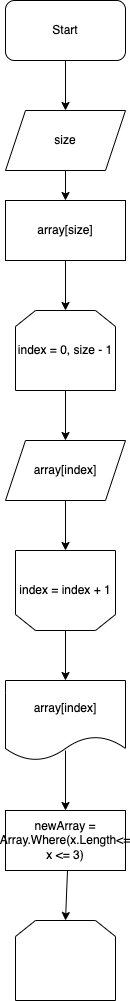
Above: С--/Algoritm.drawio.png in IrenaVlad/FinalTask (draw.io), before the change. Source tidied: cells renumbered, new cells last; positions are measured from the earlier drawing's top-left corner, leaving out a move shared by most shapes. Source of this version:
```xml
<mxGraphModel>
  <root>
    <mxCell id="0" />
    <mxCell id="1" parent="0" />
    <mxCell id="2" value="Start&lt;br&gt;" style="rounded=1;whiteSpace=wrap;html=1;" parent="1" vertex="1">
      <mxGeometry width="120" height="60" as="geometry" />
    </mxCell>
    <mxCell id="3" style="endArrow=classic;html=1;exitX=0.5;exitY=1;exitDx=0;exitDy=0;" parent="1" edge="1" source="2">
      <mxGeometry relative="1" as="geometry">
        <mxPoint x="60" y="110" as="targetPoint" />
      </mxGeometry>
    </mxCell>
    <mxCell id="4" value="size" style="shape=parallelogram;perimeter=parallelogramPerimeter;whiteSpace=wrap;html=1;fixedSize=1;" parent="1" vertex="1">
      <mxGeometry y="110" width="120" height="60" as="geometry" />
    </mxCell>
    <mxCell id="5" style="endArrow=classic;html=1;exitX=0.5;exitY=1;exitDx=0;exitDy=0;" parent="1" edge="1" source="4">
      <mxGeometry relative="1" as="geometry">
        <mxPoint x="60" y="200" as="targetPoint" />
      </mxGeometry>
    </mxCell>
    <mxCell id="6" value="array[size]" style="rounded=0;whiteSpace=wrap;html=1;" parent="1" vertex="1">
      <mxGeometry y="200" width="120" height="60" as="geometry" />
    </mxCell>
    <mxCell id="7" style="endArrow=classic;html=1;exitX=0.5;exitY=1;exitDx=0;exitDy=0;" parent="1" edge="1" source="6">
      <mxGeometry relative="1" as="geometry">
        <mxPoint x="60" y="310" as="targetPoint" />
      </mxGeometry>
    </mxCell>
    <mxCell id="8" value="index = 0, size - 1" style="shape=loopLimit;whiteSpace=wrap;html=1;" parent="1" vertex="1">
      <mxGeometry x="10" y="310" width="100" height="80" as="geometry" />
    </mxCell>
    <mxCell id="9" style="endArrow=classic;html=1;exitX=0.5;exitY=1;exitDx=0;exitDy=0;" parent="1" edge="1" source="8">
      <mxGeometry relative="1" as="geometry">
        <mxPoint x="60" y="440" as="targetPoint" />
      </mxGeometry>
    </mxCell>
    <mxCell id="10" value="array[index]" style="shape=parallelogram;perimeter=parallelogramPerimeter;whiteSpace=wrap;html=1;fixedSize=1;" parent="1" vertex="1">
      <mxGeometry y="440" width="120" height="60" as="geometry" />
    </mxCell>
    <mxCell id="11" style="endArrow=classic;html=1;exitX=0.5;exitY=1;exitDx=0;exitDy=0;" parent="1" edge="1" source="10" target="12">
      <mxGeometry relative="1" as="geometry" />
    </mxCell>
    <mxCell id="12" value="index = index + 1" style="shape=loopLimit;whiteSpace=wrap;html=1;direction=west;" parent="1" vertex="1">
      <mxGeometry x="10" y="550" width="100" height="80" as="geometry" />
    </mxCell>
    <mxCell id="13" style="endArrow=classic;html=1;exitX=0.5;exitY=0;exitDx=0;exitDy=0;" parent="1" edge="1" source="12">
      <mxGeometry relative="1" as="geometry">
        <mxPoint x="60" y="680" as="targetPoint" />
      </mxGeometry>
    </mxCell>
    <mxCell id="14" value="array[index]" style="shape=document;whiteSpace=wrap;html=1;boundedLbl=1;" parent="1" vertex="1">
      <mxGeometry y="680" width="120" height="80" as="geometry" />
    </mxCell>
    <mxCell id="15" style="endArrow=classic;html=1;exitX=0.5;exitY=0.875;exitDx=0;exitDy=0;exitPerimeter=0;" parent="1" edge="1" source="14">
      <mxGeometry relative="1" as="geometry">
        <mxPoint x="60" y="810" as="targetPoint" />
      </mxGeometry>
    </mxCell>
    <mxCell id="16" style="endArrow=classic;html=1;exitX=0.5;exitY=1;exitDx=0;exitDy=0;" parent="1" edge="1">
      <mxGeometry relative="1" as="geometry">
        <mxPoint x="62" y="870" as="sourcePoint" />
        <mxPoint x="60" y="920" as="targetPoint" />
      </mxGeometry>
    </mxCell>
    <mxCell id="17" value="newArray = Array.Where(x.Length&amp;lt;= x &amp;lt;= 3)" style="rounded=0;whiteSpace=wrap;html=1;" parent="1" vertex="1">
      <mxGeometry y="810" width="120" height="60" as="geometry" />
    </mxCell>
    <mxCell id="18" style="shape=loopLimit;whiteSpace=wrap;html=1;" parent="1" vertex="1">
      <mxGeometry x="10" y="920" width="100" height="80" as="geometry" />
    </mxCell>
  </root>
</mxGraphModel>
```
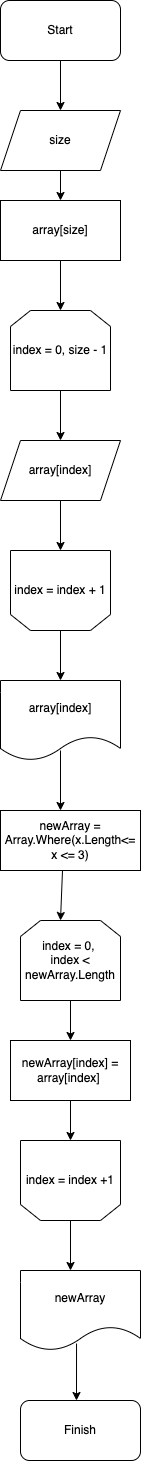
The same file after the commit.

What changed in the source:
```diff
@@ -63,10 +63,38 @@
       </mxGeometry>
     </mxCell>
     <mxCell id="17" value="newArray = Array.Where(x.Length&amp;lt;= x &amp;lt;= 3)" style="rounded=0;whiteSpace=wrap;html=1;" parent="1" vertex="1">
-      <mxGeometry y="810" width="120" height="60" as="geometry" />
+      <mxGeometry y="810" width="140" height="60" as="geometry" />
     </mxCell>
-    <mxCell id="18" style="shape=loopLimit;whiteSpace=wrap;html=1;" parent="1" vertex="1">
-      <mxGeometry x="10" y="920" width="100" height="80" as="geometry" />
+    <mxCell id="18" value="index = 0,&amp;nbsp;&lt;br&gt;index &amp;lt; newArray.Length" style="shape=loopLimit;whiteSpace=wrap;html=1;" parent="1" vertex="1">
+      <mxGeometry x="20" y="920" width="100" height="80" as="geometry" />
     </mxCell>
+    <mxCell id="19" style="endArrow=classic;html=1;exitX=0.5;exitY=1;exitDx=0;exitDy=0;" parent="1" edge="1" source="18" target="20">
+      <mxGeometry relative="1" as="geometry" />
+    </mxCell>
+    <mxCell id="20" value="newArray[index] = array[index]&amp;nbsp;" style="rounded=0;whiteSpace=wrap;html=1;" parent="1" vertex="1">
+      <mxGeometry x="10" y="1040" width="120" height="60" as="geometry" />
+    </mxCell>
+    <mxCell id="21" style="endArrow=classic;html=1;exitX=0.5;exitY=1;exitDx=0;exitDy=0;" parent="1" edge="1" source="20" target="22">
+      <mxGeometry relative="1" as="geometry" />
+    </mxCell>
+    <mxCell id="22" value="index = index +1" style="shape=loopLimit;whiteSpace=wrap;html=1;direction=west;" parent="1" vertex="1">
+      <mxGeometry x="20" y="1140" width="100" height="80" as="geometry" />
+    </mxCell>
+    <mxCell id="23" style="endArrow=classic;html=1;exitX=0.5;exitY=0;exitDx=0;exitDy=0;" parent="1" edge="1" source="22">
+      <mxGeometry relative="1" as="geometry">
+        <mxPoint x="70" y="1270" as="targetPoint" />
+      </mxGeometry>
+    </mxCell>
+    <mxCell id="24" value="newArray" style="shape=document;whiteSpace=wrap;html=1;boundedLbl=1;" parent="1" vertex="1">
+      <mxGeometry x="20" y="1270" width="120" height="80" as="geometry" />
+    </mxCell>
+    <mxCell id="25" style="endArrow=classic;html=1;exitX=0.467;exitY=0.913;exitDx=0;exitDy=0;exitPerimeter=0;" parent="1" edge="1" source="24">
+      <mxGeometry relative="1" as="geometry">
+        <mxPoint x="76" y="1400" as="targetPoint" />
+      </mxGeometry>
+    </mxCell>
+    <mxCell id="26" value="Finish" style="rounded=1;whiteSpace=wrap;html=1;" parent="1" vertex="1">
+      <mxGeometry x="20" y="1400" width="120" height="60" as="geometry" />
+    </mxCell>
   </root>
 </mxGraphModel>
```
